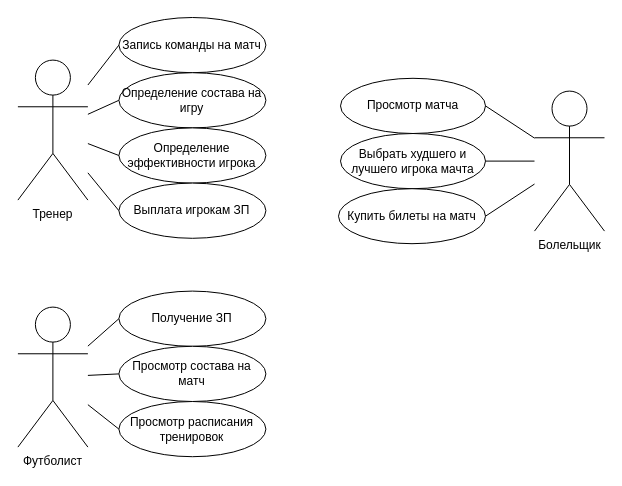
Before: USE CASE Diagramm.drawio in Alexsander996/football, a draw.io diagram. Source tidied: cells renumbered, new cells numbered last; positions are measured from the earlier drawing's top-left corner, leaving out a move shared by most shapes. Both pictures are drawn from the tidied source at 100%, with x=0, y=0 at pixel (17, 17).
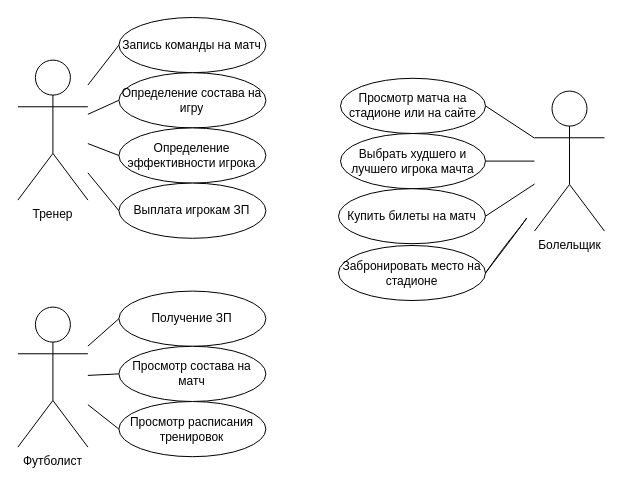
The same diagram, later.

The change refers to these unchanged cells:
```xml
<mxCell id="14" value="Болельщик&lt;br&gt;" style="shape=umlActor;verticalLabelPosition=bottom;verticalAlign=top;html=1;outlineConnect=0;" parent="1" vertex="1">
  <mxGeometry x="517" y="73.6" width="70" height="140" as="geometry" />
</mxCell>
```

What changed in the source:
```diff
@@
+    <mxCell id="25" style="edgeStyle=none;rounded=0;sketch=1;hachureGap=4;jettySize=auto;html=1;entryX=1;entryY=0.5;entryDx=0;entryDy=0;fontFamily=Architects Daughter;fontSize=16;endArrow=none;startSize=14;endSize=14;sourcePerimeterSpacing=8;targetPerimeterSpacing=8;endFill=0;" parent="1" edge="1" source="14" target="26">
+      <mxGeometry relative="1" as="geometry" />
+    </mxCell>
@@
-    <mxCell id="15" value="Просмотр матча" style="ellipse;whiteSpace=wrap;html=1;" parent="1" vertex="1">
+    <mxCell id="15" value="Просмотр матча на стадионе или на сайте" style="ellipse;whiteSpace=wrap;html=1;" parent="1" vertex="1">
       <mxGeometry x="323" y="60.8" width="145" height="55.2" as="geometry" />
     </mxCell>
@@
+    <mxCell id="26" value="Забронировать место на стадионе" style="ellipse;whiteSpace=wrap;html=1;" parent="1" vertex="1">
+      <mxGeometry x="321" y="228" width="147" height="55" as="geometry" />
+    </mxCell>
```
